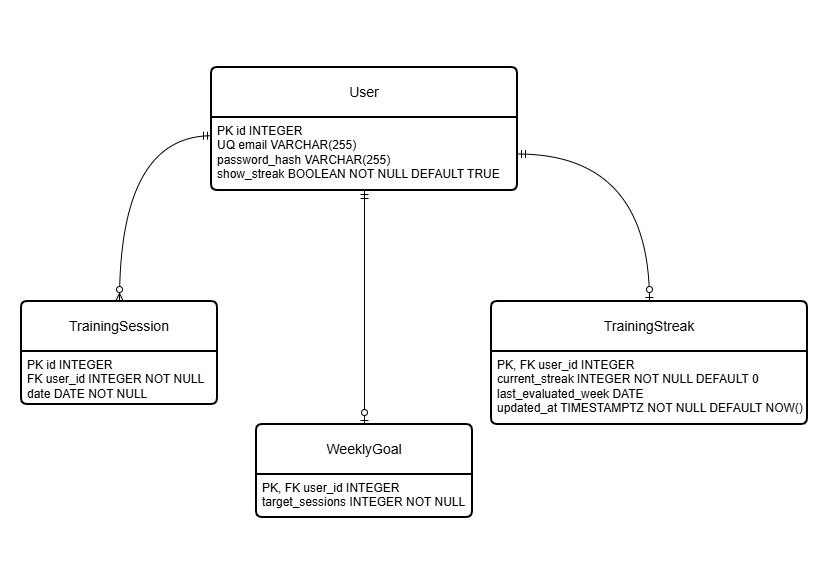
Before: docs/diagrams/gymx-erd.png, a diagram exported from draw.io (TechNavigator360/gymx). Source tidied: cells renumbered, new cells last; positions are measured from the earlier drawing's top-left corner, leaving out a move shared by most shapes.
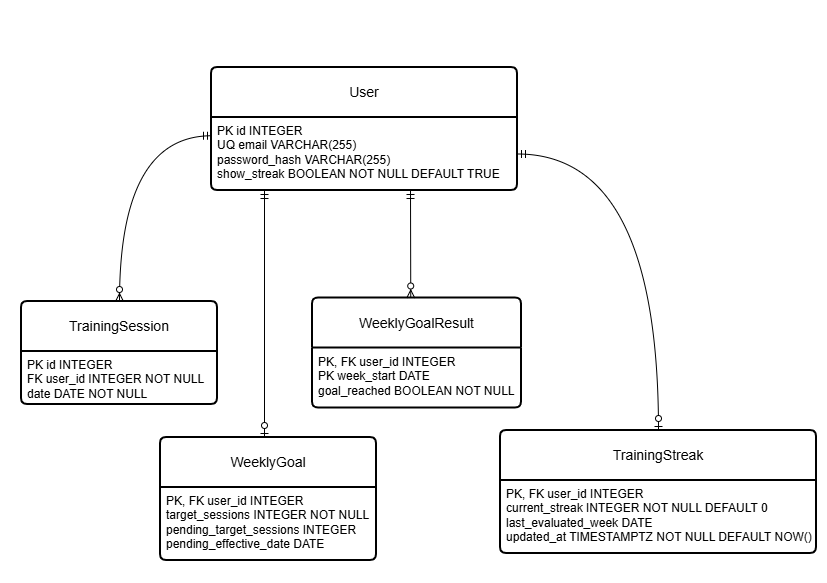
Above is the later version.

The edit, as a diff of the source:
```diff
@@ -15,13 +15,13 @@
       <mxGeometry y="50" width="196" height="53" as="geometry" />
     </mxCell>
     <mxCell id="6" value="WeeklyGoal                      " style="swimlane;horizontal=1;startSize=50;rounded=1;fontSize=14;fontStyle=0;strokeWidth=2;shadow=0;dashed=0;align=center;arcSize=4;whiteSpace=wrap;html=1;" parent="1" vertex="1">
-      <mxGeometry x="235" y="357" width="216" height="93" as="geometry" />
+      <mxGeometry x="139" y="370" width="216" height="123" as="geometry" />
     </mxCell>
-    <mxCell id="7" value="&lt;div&gt;&lt;span style=&quot;background-color: transparent; color: light-dark(rgb(0, 0, 0), rgb(255, 255, 255));&quot;&gt;PK, FK user_id&amp;nbsp;&lt;/span&gt;&lt;span style=&quot;background-color: transparent; color: light-dark(rgb(0, 0, 0), rgb(255, 255, 255));&quot;&gt;INTEGER&lt;/span&gt;&lt;/div&gt;&lt;div&gt;target_sessions&amp;nbsp;&lt;span style=&quot;background-color: transparent; color: light-dark(rgb(0, 0, 0), rgb(255, 255, 255));&quot;&gt;INTEGER NOT NULL&lt;/span&gt;&lt;/div&gt;" style="align=left;strokeColor=none;fillColor=none;spacingLeft=4;spacingRight=4;fontSize=12;verticalAlign=top;html=1;whiteSpace=wrap;" parent="6" vertex="1">
-      <mxGeometry y="50" width="216" height="43" as="geometry" />
-    </mxCell>
+    <mxCell id="13" value="&lt;div&gt;&lt;span style=&quot;background-color: transparent; color: light-dark(rgb(0, 0, 0), rgb(255, 255, 255));&quot;&gt;PK, FK user_id&amp;nbsp;&lt;/span&gt;&lt;span style=&quot;background-color: transparent; color: light-dark(rgb(0, 0, 0), rgb(255, 255, 255));&quot;&gt;INTEGER&lt;/span&gt;&lt;/div&gt;&lt;div&gt;target_sessions INTEGER NOT NULL&lt;/div&gt;&lt;div&gt;pending_target_sessions INTEGER&lt;/div&gt;&lt;div&gt;pending_effective_date DATE&lt;/div&gt;" style="align=left;strokeColor=none;fillColor=none;spacingLeft=4;spacingRight=4;fontSize=12;verticalAlign=top;html=1;whiteSpace=wrap;" parent="6" vertex="1">
+      <mxGeometry y="50" width="216" height="73" as="geometry" />
+    </mxCell>
     <mxCell id="8" value="TrainingStreak       " style="swimlane;horizontal=1;startSize=50;rounded=1;fontSize=14;fontStyle=0;strokeWidth=2;shadow=0;dashed=0;align=center;arcSize=4;whiteSpace=wrap;html=1;" parent="1" vertex="1">
-      <mxGeometry x="470" y="234" width="316" height="123" as="geometry" />
+      <mxGeometry x="479" y="363" width="316" height="123" as="geometry" />
     </mxCell>
     <mxCell id="9" value="&lt;div&gt;&lt;span style=&quot;background-color: transparent; color: light-dark(rgb(0, 0, 0), rgb(255, 255, 255));&quot;&gt;PK, FK user_id&amp;nbsp;&lt;/span&gt;&lt;span style=&quot;background-color: transparent; color: light-dark(rgb(0, 0, 0), rgb(255, 255, 255));&quot;&gt;INTEGER&lt;/span&gt;&lt;/div&gt;&lt;div&gt;current_streak&amp;nbsp;INTEGER NOT NULL DEFAULT 0&lt;/div&gt;&lt;div&gt;last_evaluated_week&amp;nbsp;DATE&amp;nbsp;&lt;/div&gt;&lt;div&gt;updated_at&amp;nbsp;TIMESTAMPTZ NOT NULL DEFAULT NOW()&lt;/div&gt;" style="align=left;strokeColor=none;fillColor=none;spacingLeft=4;spacingRight=4;fontSize=12;verticalAlign=top;html=1;whiteSpace=wrap;" parent="8" vertex="1">
       <mxGeometry y="50" width="316" height="73" as="geometry" />
@@ -29,11 +29,26 @@
     <mxCell id="10" style="edgeStyle=orthogonalEdgeStyle;fontSize=12;html=1;endArrow=ERzeroToMany;startArrow=ERmandOne;rounded=0;exitX=0;exitY=0.25;exitDx=0;exitDy=0;curved=1;" parent="1" edge="1" source="3" target="4">
       <mxGeometry relative="1" as="geometry" />
     </mxCell>
-    <mxCell id="11" style="fontSize=12;html=1;endArrow=ERzeroToOne;startArrow=ERmandOne;rounded=0;entryX=0.5;entryY=0;entryDx=0;entryDy=0;exitX=0.5;exitY=1;exitDx=0;exitDy=0;" parent="1" edge="1" source="3" target="6">
-      <mxGeometry relative="1" as="geometry" />
-    </mxCell>
+    <mxCell id="14" style="fontSize=12;html=1;endArrow=ERzeroToOne;startArrow=ERmandOne;rounded=0;entryX=0.5;entryY=0;entryDx=0;entryDy=0;" parent="1" edge="1">
+      <mxGeometry relative="1" as="geometry">
+        <mxPoint x="243" y="123" as="sourcePoint" />
+        <mxPoint x="243" y="370" as="targetPoint" />
+      </mxGeometry>
+    </mxCell>
     <mxCell id="12" style="fontSize=12;html=1;endArrow=ERzeroToOne;startArrow=ERmandOne;rounded=0;exitX=1;exitY=0.5;exitDx=0;exitDy=0;entryX=0.5;entryY=0;entryDx=0;entryDy=0;edgeStyle=orthogonalEdgeStyle;curved=1;" parent="1" edge="1" source="3" target="8">
       <mxGeometry relative="1" as="geometry" />
     </mxCell>
+    <mxCell id="15" value="WeeklyGoalResult" style="swimlane;horizontal=1;startSize=50;rounded=1;fontSize=14;fontStyle=0;strokeWidth=2;shadow=0;dashed=0;align=center;arcSize=4;whiteSpace=wrap;html=1;" parent="1" vertex="1">
+      <mxGeometry x="291" y="230.5" width="209" height="110" as="geometry" />
+    </mxCell>
+    <mxCell id="16" value="&lt;div&gt;PK, FK user_id INTEGER&lt;/div&gt;&lt;div&gt;PK week_start DATE&lt;/div&gt;&lt;div&gt;goal_reached BOOLEAN NOT NULL&lt;/div&gt;" style="align=left;strokeColor=none;fillColor=none;spacingLeft=4;spacingRight=4;fontSize=12;verticalAlign=top;html=1;whiteSpace=wrap;" parent="15" vertex="1">
+      <mxGeometry y="50" width="209" height="60" as="geometry" />
+    </mxCell>
+    <mxCell id="17" style="fontSize=12;html=1;endArrow=ERzeroToMany;startArrow=ERmandOne;rounded=0;exitX=0.5;exitY=1;exitDx=0;exitDy=0;entryX=0.25;entryY=0;entryDx=0;entryDy=0;" parent="1" edge="1">
+      <mxGeometry relative="1" as="geometry">
+        <mxPoint x="389" y="123" as="sourcePoint" />
+        <mxPoint x="389.2" y="230.5" as="targetPoint" />
+      </mxGeometry>
+    </mxCell>
   </root>
 </mxGraphModel>
```
